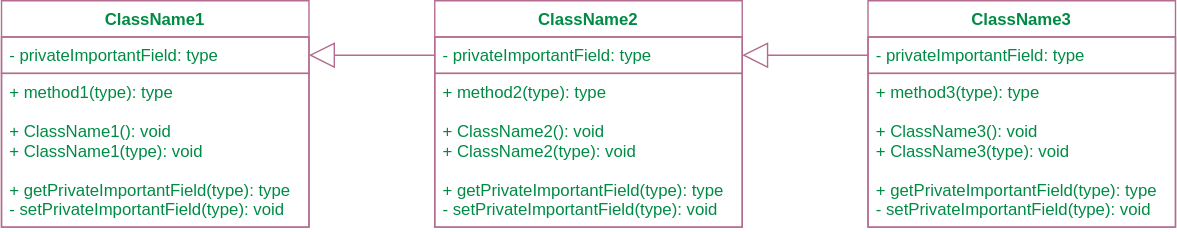
Before: img/uml1.svg, a diagram exported from draw.io (Ol333/hate-arising-labs). Source tidied: cells renumbered, new cells last; positions are measured from the earlier drawing's top-left corner, leaving out a move shared by most shapes.
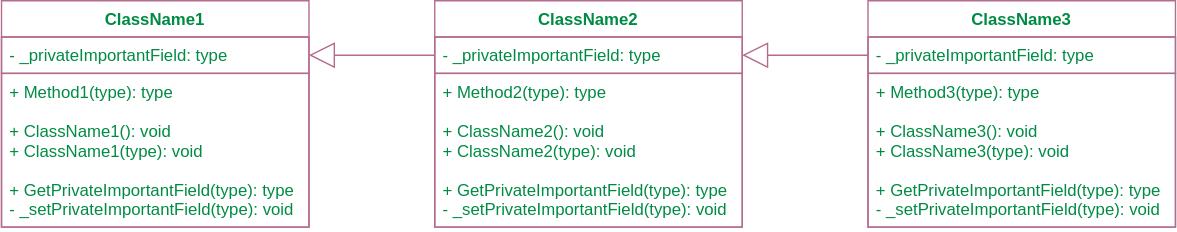
After the change.

The edit, as a diff of the source:
```diff
@@ -5,10 +5,10 @@
     <mxCell id="2" value="ClassName1" style="swimlane;fontStyle=1;align=center;verticalAlign=top;horizontal=1;startSize=26;fillColor=none;fontColor=#008B45;strokeColor=#B36C8F;" parent="1" vertex="1">
       <mxGeometry width="220" height="162" as="geometry" />
     </mxCell>
-    <mxCell id="3" value="- privateImportantField: type" style="text;strokeColor=#B36C8F;fillColor=none;align=left;verticalAlign=top;spacingLeft=4;spacingRight=4;overflow=hidden;points=[[0,0.5],[1,0.5]];portConstraint=eastwest;fontColor=#008B45;" parent="2" vertex="1">
+    <mxCell id="3" value="- _privateImportantField: type" style="text;strokeColor=#B36C8F;fillColor=none;align=left;verticalAlign=top;spacingLeft=4;spacingRight=4;overflow=hidden;points=[[0,0.5],[1,0.5]];portConstraint=eastwest;fontColor=#008B45;" parent="2" vertex="1">
       <mxGeometry y="26" width="220" height="26" as="geometry" />
     </mxCell>
-    <mxCell id="4" value="+ method1(type): type&#10;&#10;+ ClassName1(): void&#10;+ ClassName1(type): void&#10;&#10;+ getPrivateImportantField(type): type&#10;- setPrivateImportantField(type): void" style="text;strokeColor=#B36C8F;fillColor=none;align=left;verticalAlign=top;spacingLeft=4;spacingRight=4;overflow=hidden;fontColor=#008B45;" parent="2" vertex="1">
+    <mxCell id="4" value="+ Method1(type): type&#10;&#10;+ ClassName1(): void&#10;+ ClassName1(type): void&#10;&#10;+ GetPrivateImportantField(type): type&#10;- _setPrivateImportantField(type): void" style="text;strokeColor=#B36C8F;fillColor=none;align=left;verticalAlign=top;spacingLeft=4;spacingRight=4;overflow=hidden;fontColor=#008B45;" parent="2" vertex="1">
       <mxGeometry y="52" width="220" height="110" as="geometry" />
     </mxCell>
     <mxCell id="5" style="endArrow=block;endSize=16;endFill=0;html=1;rounded=0;entryX=1;entryY=0.5;entryDx=0;entryDy=0;exitX=0;exitY=0.5;exitDx=0;exitDy=0;labelBackgroundColor=none;fontColor=#008B45;strokeColor=#B36C8F;" parent="1" edge="1" source="7" target="3">
@@ -17,19 +17,19 @@
     <mxCell id="6" value="ClassName2" style="swimlane;fontStyle=1;align=center;verticalAlign=top;horizontal=1;startSize=26;fillColor=none;swimlaneLine=1;glass=0;fontColor=#008B45;strokeColor=#B36C8F;" parent="1" vertex="1">
       <mxGeometry x="310" width="220" height="162" as="geometry" />
     </mxCell>
-    <mxCell id="7" value="- privateImportantField: type" style="text;strokeColor=#B36C8F;fillColor=none;align=left;verticalAlign=top;spacingLeft=4;spacingRight=4;overflow=hidden;points=[[0,0.5],[1,0.5]];portConstraint=eastwest;fontColor=#008B45;" parent="6" vertex="1">
+    <mxCell id="7" value="- _privateImportantField: type" style="text;strokeColor=#B36C8F;fillColor=none;align=left;verticalAlign=top;spacingLeft=4;spacingRight=4;overflow=hidden;points=[[0,0.5],[1,0.5]];portConstraint=eastwest;fontColor=#008B45;" parent="6" vertex="1">
       <mxGeometry y="26" width="220" height="26" as="geometry" />
     </mxCell>
-    <mxCell id="8" value="+ method2(type): type&#10;&#10;+ ClassName2(): void&#10;+ ClassName2(type): void&#10;&#10;+ getPrivateImportantField(type): type&#10;- setPrivateImportantField(type): void" style="text;strokeColor=#B36C8F;fillColor=none;align=left;verticalAlign=top;spacingLeft=4;spacingRight=4;overflow=hidden;fontColor=#008B45;" parent="6" vertex="1">
+    <mxCell id="8" value="+ Method2(type): type&#10;&#10;+ ClassName2(): void&#10;+ ClassName2(type): void&#10;&#10;+ GetPrivateImportantField(type): type&#10;- _setPrivateImportantField(type): void" style="text;strokeColor=#B36C8F;fillColor=none;align=left;verticalAlign=top;spacingLeft=4;spacingRight=4;overflow=hidden;fontColor=#008B45;" parent="6" vertex="1">
       <mxGeometry y="52" width="220" height="110" as="geometry" />
     </mxCell>
     <mxCell id="9" value="ClassName3" style="swimlane;fontStyle=1;align=center;verticalAlign=top;horizontal=1;startSize=26;fillColor=none;fontColor=#008B45;strokeColor=#B36C8F;" parent="1" vertex="1">
       <mxGeometry x="620" width="220" height="162" as="geometry" />
     </mxCell>
-    <mxCell id="10" value="- privateImportantField: type" style="text;strokeColor=#B36C8F;fillColor=none;align=left;verticalAlign=top;spacingLeft=4;spacingRight=4;overflow=hidden;points=[[0,0.5],[1,0.5]];portConstraint=eastwest;fontColor=#008B45;" parent="9" vertex="1">
+    <mxCell id="10" value="- _privateImportantField: type" style="text;strokeColor=#B36C8F;fillColor=none;align=left;verticalAlign=top;spacingLeft=4;spacingRight=4;overflow=hidden;points=[[0,0.5],[1,0.5]];portConstraint=eastwest;fontColor=#008B45;" parent="9" vertex="1">
       <mxGeometry y="26" width="220" height="26" as="geometry" />
     </mxCell>
-    <mxCell id="11" value="+ method3(type): type&#10;&#10;+ ClassName3(): void&#10;+ ClassName3(type): void&#10;&#10;+ getPrivateImportantField(type): type&#10;- setPrivateImportantField(type): void" style="text;strokeColor=#B36C8F;fillColor=none;align=left;verticalAlign=top;spacingLeft=4;spacingRight=4;overflow=hidden;fontColor=#008B45;" parent="9" vertex="1">
+    <mxCell id="11" value="+ Method3(type): type&#10;&#10;+ ClassName3(): void&#10;+ ClassName3(type): void&#10;&#10;+ GetPrivateImportantField(type): type&#10;- _setPrivateImportantField(type): void" style="text;strokeColor=#B36C8F;fillColor=none;align=left;verticalAlign=top;spacingLeft=4;spacingRight=4;overflow=hidden;fontColor=#008B45;" parent="9" vertex="1">
       <mxGeometry y="52" width="220" height="110" as="geometry" />
     </mxCell>
     <mxCell id="12" style="endArrow=block;endSize=16;endFill=0;html=1;rounded=0;entryX=1;entryY=0.5;entryDx=0;entryDy=0;exitX=0;exitY=0.5;exitDx=0;exitDy=0;labelBackgroundColor=none;fontColor=#008B45;strokeColor=#B36C8F;" parent="1" edge="1" source="10" target="7">
```
